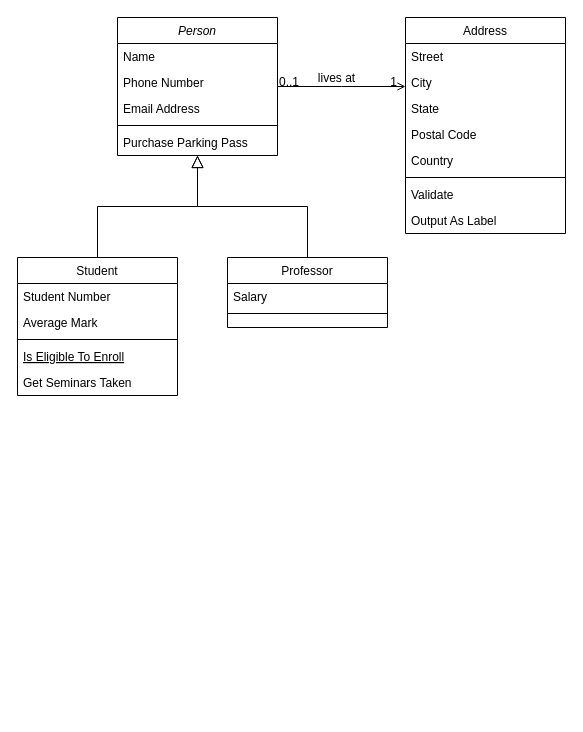
This is Untitled Diagram.drawio from Mintakastar/drawio, a draw.io file, before an edit. Source tidied: cells renumbered, new cells numbered last; positions are measured from the earlier drawing's top-left corner, leaving out a move shared by most shapes. Both pictures are drawn from the tidied source at 100%, with x=0, y=0 at pixel (17, 17).
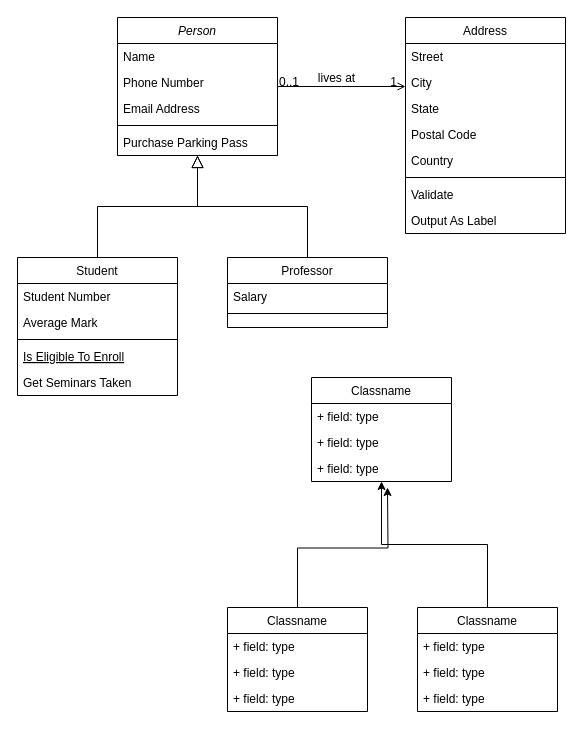
The same diagram, later.

Diff of the diagram source:
```diff
@@
+    <mxCell id="32" style="edgeStyle=orthogonalEdgeStyle;rounded=0;jettySize=auto;html=1;exitX=0.5;exitY=0;exitDx=0;exitDy=0;" parent="1" edge="1" source="33">
+      <mxGeometry relative="1" as="geometry">
+        <mxPoint x="370" y="470" as="targetPoint" />
+      </mxGeometry>
+    </mxCell>
+    <mxCell id="33" value="Classname" style="swimlane;fontStyle=0;horizontal=1;startSize=26;fillColor=none;" parent="1" vertex="1">
+      <mxGeometry x="210" y="590" width="140" height="104" as="geometry" />
+    </mxCell>
+    <mxCell id="34" value="+ field: type" style="text;strokeColor=none;fillColor=none;align=left;verticalAlign=top;spacingLeft=4;spacingRight=4;overflow=hidden;" parent="33" vertex="1">
+      <mxGeometry y="26" width="140" height="26" as="geometry" />
+    </mxCell>
+    <mxCell id="35" value="+ field: type" style="text;strokeColor=none;fillColor=none;align=left;verticalAlign=top;spacingLeft=4;spacingRight=4;overflow=hidden;" parent="33" vertex="1">
+      <mxGeometry y="52" width="140" height="26" as="geometry" />
+    </mxCell>
+    <mxCell id="36" value="+ field: type" style="text;strokeColor=none;fillColor=none;align=left;verticalAlign=top;spacingLeft=4;spacingRight=4;overflow=hidden;" parent="33" vertex="1">
+      <mxGeometry y="78" width="140" height="26" as="geometry" />
+    </mxCell>
+    <mxCell id="37" value="Classname" style="swimlane;fontStyle=0;horizontal=1;startSize=26;fillColor=none;" parent="1" vertex="1">
+      <mxGeometry x="294" y="360" width="140" height="104" as="geometry" />
+    </mxCell>
+    <mxCell id="38" value="+ field: type" style="text;strokeColor=none;fillColor=none;align=left;verticalAlign=top;spacingLeft=4;spacingRight=4;overflow=hidden;" parent="37" vertex="1">
+      <mxGeometry y="26" width="140" height="26" as="geometry" />
+    </mxCell>
+    <mxCell id="39" value="+ field: type" style="text;strokeColor=none;fillColor=none;align=left;verticalAlign=top;spacingLeft=4;spacingRight=4;overflow=hidden;" parent="37" vertex="1">
+      <mxGeometry y="52" width="140" height="26" as="geometry" />
+    </mxCell>
+    <mxCell id="40" value="+ field: type" style="text;strokeColor=none;fillColor=none;align=left;verticalAlign=top;spacingLeft=4;spacingRight=4;overflow=hidden;" parent="37" vertex="1">
+      <mxGeometry y="78" width="140" height="26" as="geometry" />
+    </mxCell>
+    <mxCell id="41" style="edgeStyle=orthogonalEdgeStyle;rounded=0;jettySize=auto;html=1;entryX=0.5;entryY=1;entryDx=0;entryDy=0;" parent="1" edge="1" source="42" target="37">
+      <mxGeometry relative="1" as="geometry" />
+    </mxCell>
+    <mxCell id="42" value="Classname" style="swimlane;fontStyle=0;horizontal=1;startSize=26;fillColor=none;" parent="1" vertex="1">
+      <mxGeometry x="400" y="590" width="140" height="104" as="geometry" />
+    </mxCell>
+    <mxCell id="43" value="+ field: type" style="text;strokeColor=none;fillColor=none;align=left;verticalAlign=top;spacingLeft=4;spacingRight=4;overflow=hidden;" parent="42" vertex="1">
+      <mxGeometry y="26" width="140" height="26" as="geometry" />
+    </mxCell>
+    <mxCell id="44" value="+ field: type" style="text;strokeColor=none;fillColor=none;align=left;verticalAlign=top;spacingLeft=4;spacingRight=4;overflow=hidden;" parent="42" vertex="1">
+      <mxGeometry y="52" width="140" height="26" as="geometry" />
+    </mxCell>
+    <mxCell id="45" value="+ field: type" style="text;strokeColor=none;fillColor=none;align=left;verticalAlign=top;spacingLeft=4;spacingRight=4;overflow=hidden;" parent="42" vertex="1">
+      <mxGeometry y="78" width="140" height="26" as="geometry" />
+    </mxCell>
```
